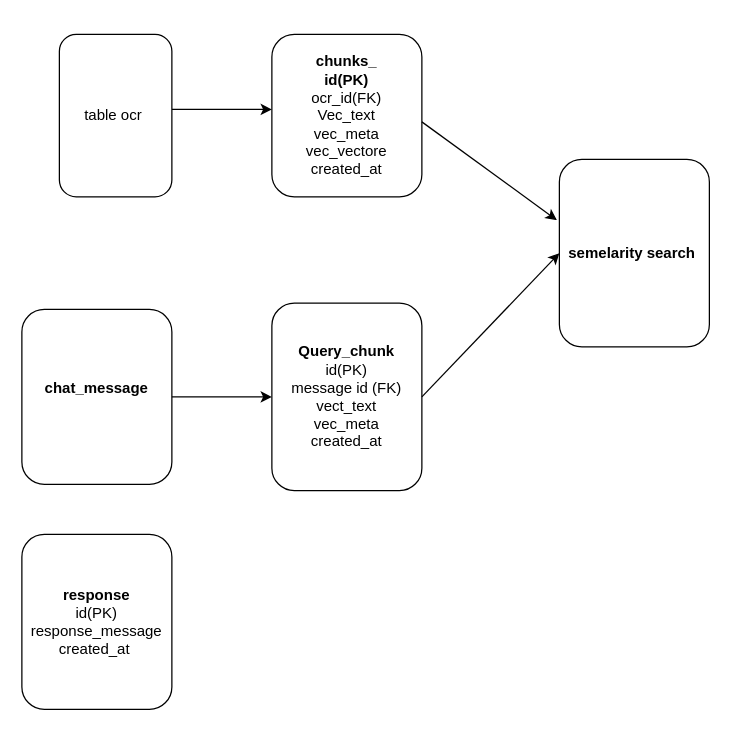
This is Untitled Diagram.drawio from sahar389/api_go, a draw.io file, before an edit. Source tidied: cells renumbered, new cells numbered last; positions are measured from the earlier drawing's top-left corner, leaving out a move shared by most shapes. Both pictures are drawn from the tidied source at 125%, with x=0, y=0 at pixel (21, 34).
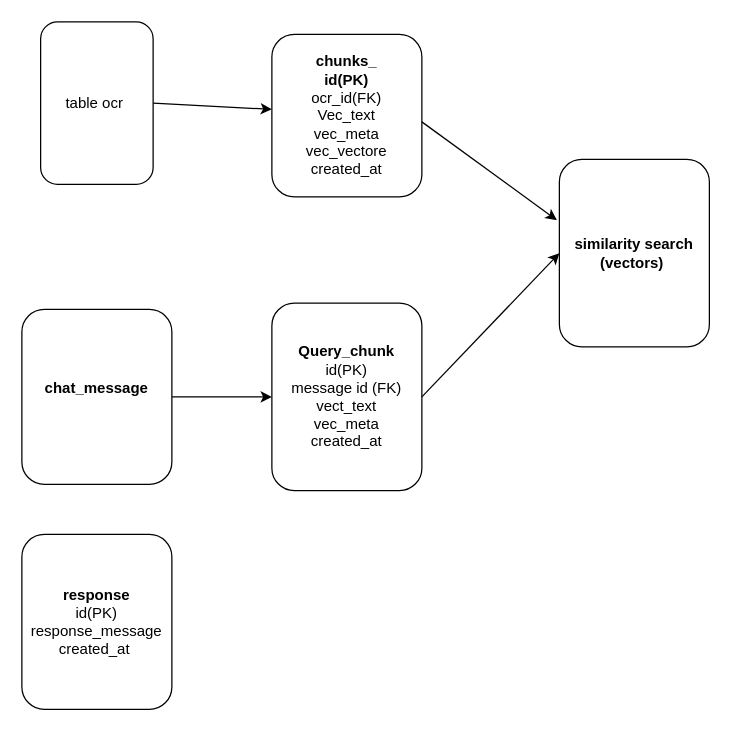
The same page after the edit.

What changed in the source:
```diff
@@
 <mxGraphModel>
   <root>
     <mxCell id="0" />
     <mxCell id="1" parent="0" />
     <mxCell id="2" value="&lt;div&gt;&lt;span style=&quot;background-color: transparent; color: light-dark(rgb(0, 0, 0), rgb(255, 255, 255));&quot;&gt;&lt;b&gt;chunks_&lt;/b&gt;&lt;/span&gt;&lt;/div&gt;&lt;div&gt;&lt;span style=&quot;background-color: transparent; color: light-dark(rgb(0, 0, 0), rgb(255, 255, 255));&quot;&gt;&lt;b&gt;id(PK)&lt;/b&gt;&lt;/span&gt;&lt;/div&gt;&lt;div&gt;ocr_id(FK)&lt;/div&gt;&lt;div&gt;&lt;span style=&quot;background-color: transparent; color: light-dark(rgb(0, 0, 0), rgb(255, 255, 255));&quot;&gt;Vec_text&lt;/span&gt;&lt;/div&gt;&lt;div&gt;vec_meta&lt;/div&gt;&lt;div&gt;vec_vectore&lt;/div&gt;&lt;div&gt;created_at&lt;/div&gt;" style="rounded=1;whiteSpace=wrap;html=1;" parent="1" vertex="1">
       <mxGeometry x="200" width="120" height="130" as="geometry" />
     </mxCell>
-    <mxCell id="3" style="endArrow=classic;html=1;rounded=0;" parent="1" edge="1">
+    <mxCell id="3" style="endArrow=classic;html=1;rounded=0;exitX=1;exitY=0.5;exitDx=0;exitDy=0;" parent="1" edge="1" source="4">
       <mxGeometry relative="1" as="geometry">
-        <mxPoint x="120" y="60" as="sourcePoint" />
         <mxPoint x="200" y="60" as="targetPoint" />
       </mxGeometry>
     </mxCell>
     <mxCell id="4" value="table ocr&amp;nbsp;" style="rounded=1;whiteSpace=wrap;html=1;" parent="1" vertex="1">
-      <mxGeometry x="30" width="90" height="130" as="geometry" />
+      <mxGeometry x="15" y="-10" width="90" height="130" as="geometry" />
     </mxCell>
     <mxCell id="5" value="&lt;b&gt;chat_message&lt;/b&gt;&lt;div&gt;&lt;b&gt;&lt;br&gt;&lt;/b&gt;&lt;/div&gt;" style="rounded=1;whiteSpace=wrap;html=1;" parent="1" vertex="1">
       <mxGeometry y="220" width="120" height="140" as="geometry" />
     </mxCell>
     <mxCell id="6" value="&lt;div&gt;&lt;b&gt;Query_chunk&lt;/b&gt;&lt;/div&gt;&lt;div&gt;id(PK)&lt;/div&gt;message id (FK)&lt;div&gt;vect_text&lt;/div&gt;&lt;div&gt;vec_meta&lt;/div&gt;&lt;div&gt;created_at&lt;/div&gt;" style="rounded=1;whiteSpace=wrap;html=1;" parent="1" vertex="1">
       <mxGeometry x="200" y="215" width="120" height="150" as="geometry" />
     </mxCell>
-    <mxCell id="7" value="&lt;b&gt;semelarity search&amp;nbsp;&lt;/b&gt;" style="rounded=1;whiteSpace=wrap;html=1;" parent="1" vertex="1">
+    <mxCell id="7" value="&lt;b&gt;similarity search (vectors)&amp;nbsp;&lt;/b&gt;" style="rounded=1;whiteSpace=wrap;html=1;" parent="1" vertex="1">
       <mxGeometry x="430" y="100" width="120" height="150" as="geometry" />
     </mxCell>
     <mxCell id="8" value="&lt;b&gt;response&lt;/b&gt;&lt;div&gt;id(PK)&lt;/div&gt;&lt;div&gt;response_message&lt;/div&gt;&lt;div&gt;created_at&amp;nbsp;&lt;/div&gt;" style="rounded=1;whiteSpace=wrap;html=1;" parent="1" vertex="1">
       <mxGeometry y="400" width="120" height="140" as="geometry" />
     </mxCell>
     <mxCell id="9" style="endArrow=classic;html=1;rounded=0;entryX=0;entryY=0.5;entryDx=0;entryDy=0;" parent="1" edge="1" target="6">
       <mxGeometry relative="1" as="geometry">
         <mxPoint x="120" y="290" as="sourcePoint" />
       </mxGeometry>
     </mxCell>
     <mxCell id="10" style="endArrow=classic;html=1;rounded=0;entryX=-0.017;entryY=0.324;entryDx=0;entryDy=0;entryPerimeter=0;" parent="1" edge="1" target="7">
       <mxGeometry relative="1" as="geometry">
         <mxPoint x="320" y="70" as="sourcePoint" />
       </mxGeometry>
     </mxCell>
     <mxCell id="11" style="endArrow=classic;html=1;rounded=0;entryX=0;entryY=0.5;entryDx=0;entryDy=0;" parent="1" edge="1" target="7">
       <mxGeometry relative="1" as="geometry">
         <mxPoint x="320" y="290" as="sourcePoint" />
       </mxGeometry>
     </mxCell>
   </root>
 </mxGraphModel>
```
